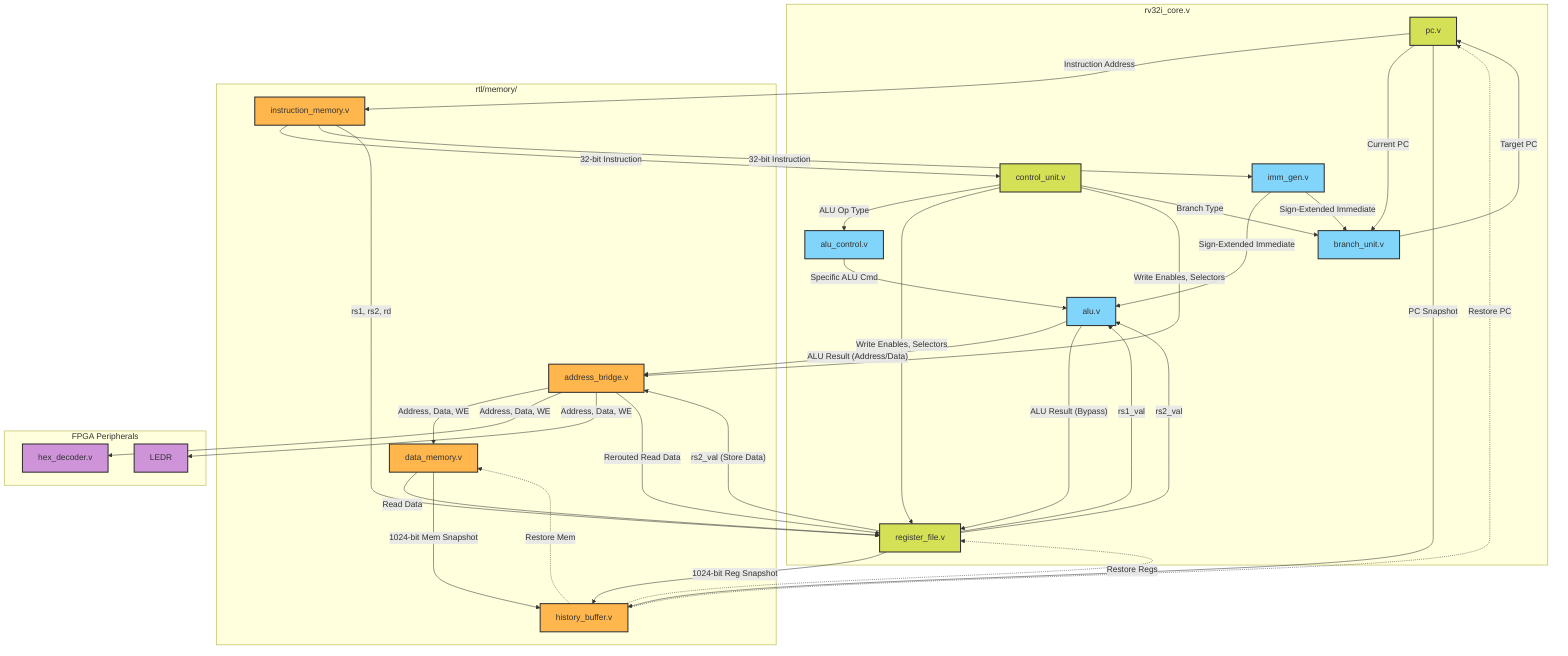
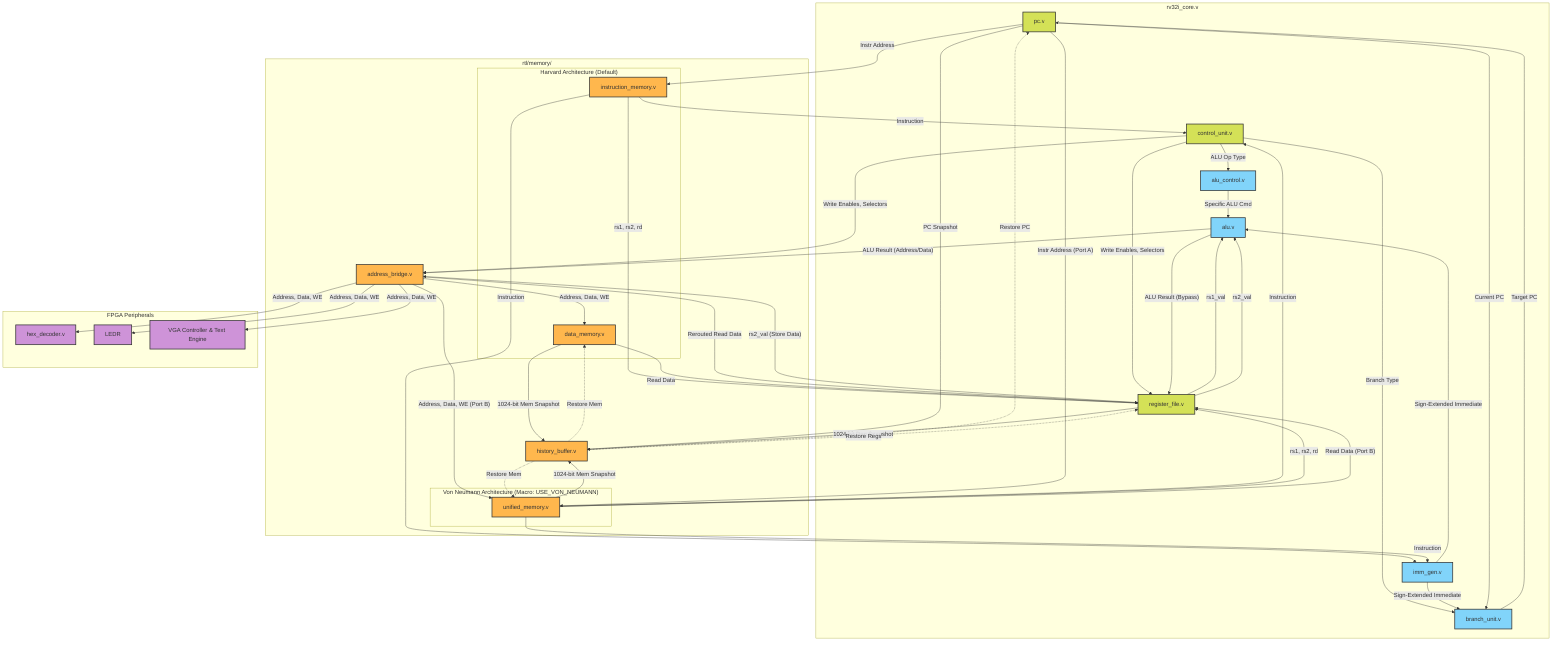
graph TD
    %% Define Styles
    classDef core fill:#d4e157,stroke:#333,stroke-width:2px;
    classDef datapath fill:#81d4fa,stroke:#333,stroke-width:2px;
    classDef memory fill:#ffb74d,stroke:#333,stroke-width:2px;
    classDef io fill:#ce93d8,stroke:#333,stroke-width:2px;
+     classDef mode fill:#f0f4c3,stroke:#333,stroke-dasharray: 5 5;

    subgraph RV32I_Core ["rv32i_core.v"]
        PC["pc.v"]:::core
        CU["control_unit.v"]:::core
        RF["register_file.v"]:::core

        ALU["alu.v"]:::datapath
        ALU_CTRL["alu_control.v"]:::datapath
        BU["branch_unit.v"]:::datapath
        IMM["imm_gen.v"]:::datapath
    end

    subgraph Memory_System ["rtl/memory/"]
-         IMEM["instruction_memory.v"]:::memory
-         DMEM["data_memory.v"]:::memory
+         subgraph Harvard_Mode ["Harvard Architecture (Default)"]
+             IMEM["instruction_memory.v"]:::memory
+             DMEM["data_memory.v"]:::memory
+         end
+ 
+         subgraph VonNeumann_Mode ["Von Neumann Architecture (Macro: USE_VON_NEUMANN)"]
+             UMEM["unified_memory.v"]:::memory
+         end
+ 
        BRIDGE["address_bridge.v"]:::memory
        HIST["history_buffer.v"]:::memory
    end

    subgraph External_IO ["FPGA Peripherals"]
        HEX["hex_decoder.v"]:::io
        LEDS["LEDR"]:::io
+         VGA["VGA Controller & Text Engine"]:::io
    end

    %% Instruction Fetch
-     PC -- "Instruction Address" --> IMEM
-     IMEM -- "32-bit Instruction" --> CU
-     IMEM -- "32-bit Instruction" --> IMM
+     PC -- "Instr Address" --> IMEM
+     PC -- "Instr Address (Port A)" --> UMEM
+     IMEM -- "Instruction" --> CU
+     UMEM -- "Instruction" --> CU
+     IMEM -- "Instruction" --> IMM
+     UMEM -- "Instruction" --> IMM
    IMEM -- "rs1, rs2, rd" --> RF
+     UMEM -- "rs1, rs2, rd" --> RF

    %% Decode & Control
    CU -- "ALU Op Type" --> ALU_CTRL
    CU -- "Write Enables, Selectors" --> RF
    CU -- "Write Enables, Selectors" --> BRIDGE
    CU -- "Branch Type" --> BU

    %% Execution (Datapath)
    RF -- "rs1_val" --> ALU
    RF -- "rs2_val" --> ALU
    IMM -- "Sign-Extended Immediate" --> ALU
    IMM -- "Sign-Extended Immediate" --> BU
    ALU_CTRL -- "Specific ALU Cmd" --> ALU

    %% Memory & Writeback
    ALU -- "ALU Result (Address/Data)" --> BRIDGE
    RF -- "rs2_val (Store Data)" --> BRIDGE

    BRIDGE -- "Address, Data, WE" --> DMEM
+     BRIDGE -- "Address, Data, WE (Port B)" --> UMEM
    BRIDGE -- "Address, Data, WE" --> HEX
    BRIDGE -- "Address, Data, WE" --> LEDS
+     BRIDGE -- "Address, Data, WE" --> VGA

    DMEM -- "Read Data" --> RF
+     UMEM -- "Read Data (Port B)" --> RF
    BRIDGE -- "Rerouted Read Data" --> RF
    ALU -- "ALU Result (Bypass)" --> RF

    %% Next PC Logic
    BU -- "Target PC" --> PC
    PC -- "Current PC" --> BU

    %% Rollback Mechanism
    PC -- "PC Snapshot" --> HIST
    RF -- "1024-bit Reg Snapshot" --> HIST
    DMEM -- "1024-bit Mem Snapshot" --> HIST
+     UMEM -- "1024-bit Mem Snapshot" --> HIST
    HIST -. "Restore PC" .-> PC
    HIST -. "Restore Regs" .-> RF
    HIST -. "Restore Mem" .-> DMEM
+     HIST -. "Restore Mem" .-> UMEM
